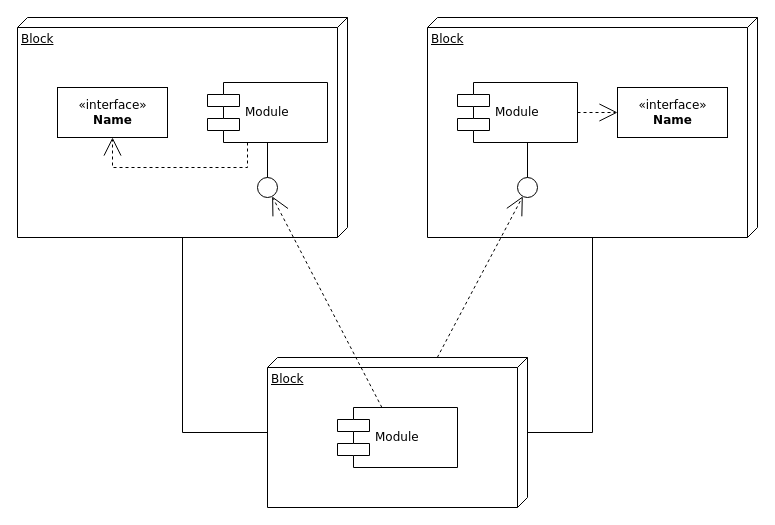
Before: 未命名绘图.drawio in yhchen0701/draw.io, a draw.io diagram. Source tidied: cells renumbered, new cells numbered last; positions are measured from the earlier drawing's top-left corner, leaving out a move shared by most shapes. Both pictures are drawn from the tidied source at 100%, with x=0, y=0 at pixel (17, 17).
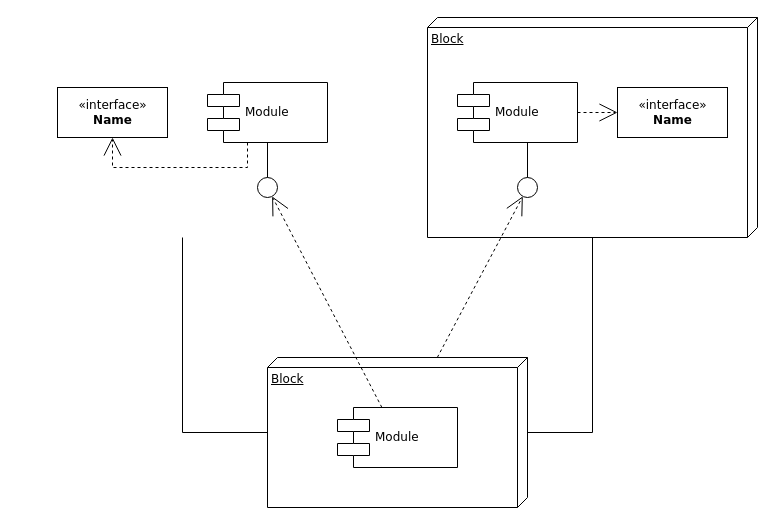
The same diagram, later.

The change refers to these unchanged cells:
```xml
<mxCell id="4" value="Block" style="verticalAlign=top;align=left;spacingTop=8;spacingLeft=2;spacingRight=12;shape=cube;size=10;direction=south;fontStyle=4;html=1;rounded=0;shadow=0;comic=0;labelBackgroundColor=none;strokeWidth=1;fontFamily=Verdana;fontSize=12;" parent="1" vertex="1">
  <mxGeometry x="250" y="340" width="260" height="150" as="geometry" />
</mxCell>
```

Diff of the diagram source:
```diff
@@
-    <mxCell id="2" value="Block" style="verticalAlign=top;align=left;spacingTop=8;spacingLeft=2;spacingRight=12;shape=cube;size=10;direction=south;fontStyle=4;html=1;rounded=0;shadow=0;comic=0;labelBackgroundColor=none;strokeWidth=1;fontFamily=Verdana;fontSize=12;" parent="1" vertex="1">
-      <mxGeometry width="330" height="220" as="geometry" />
-    </mxCell>
@@
-    <mxCell id="19" style="edgeStyle=orthogonalEdgeStyle;rounded=0;html=1;labelBackgroundColor=none;startArrow=none;startFill=0;startSize=8;endArrow=none;endFill=0;endSize=16;fontFamily=Verdana;fontSize=12;" parent="1" edge="1" source="4" target="2">
+    <mxCell id="19" style="edgeStyle=orthogonalEdgeStyle;rounded=0;html=1;labelBackgroundColor=none;startArrow=none;startFill=0;startSize=8;endArrow=none;endFill=0;endSize=16;fontFamily=Verdana;fontSize=12;" parent="1" edge="1" source="4">
       <mxGeometry relative="1" as="geometry">
+        <mxPoint x="165" y="220" as="targetPoint" />
         <Array as="points">
           <mxPoint x="165" y="415" />
         </Array>
       </mxGeometry>
     </mxCell>
```
